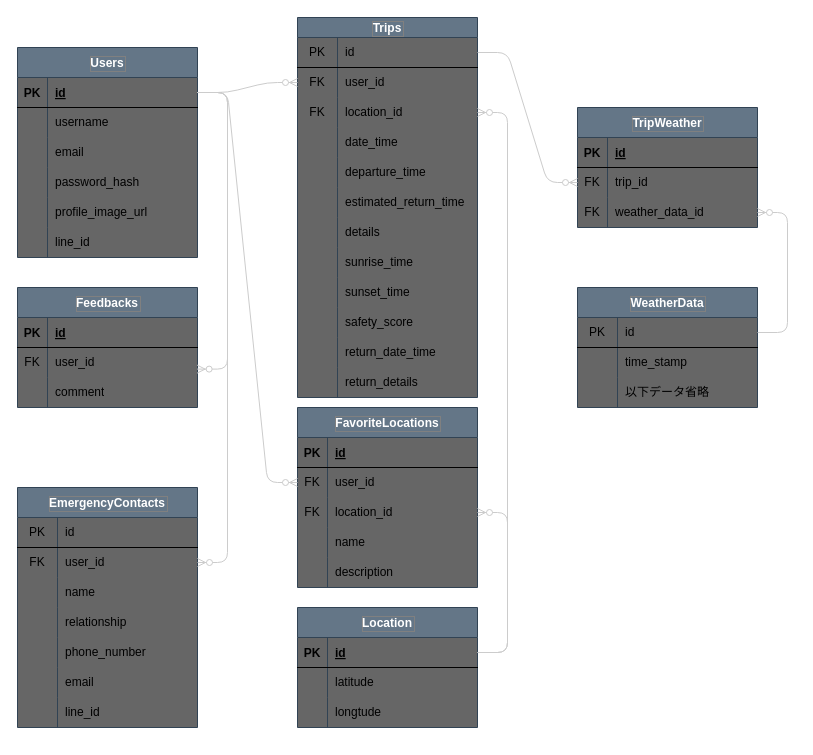
The draw.io diagram 開発設計書/DB/ER.drawio in ragna1123/safety_kayak_fishing_documents, before the edit. Source tidied: cells renumbered, new cells numbered last; positions are measured from the earlier drawing's top-left corner, leaving out a move shared by most shapes. Both pictures are drawn from the tidied source at 100%, with x=0, y=0 at pixel (17, 17).
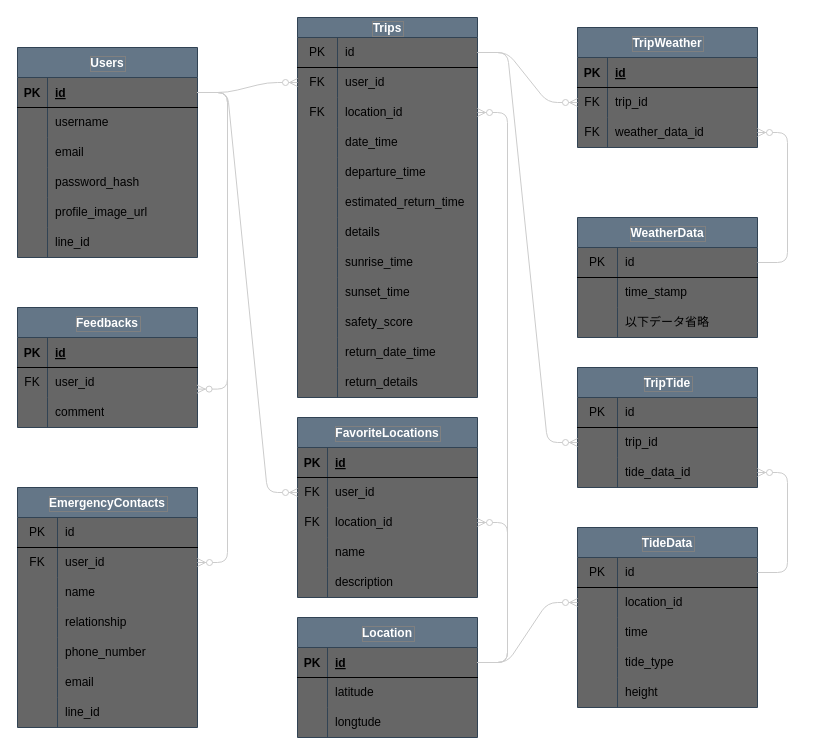
After the change.

The change refers to these unchanged cells:
```xml
<mxCell id="3" style="shape=tableRow;horizontal=0;startSize=0;swimlaneHead=0;swimlaneBody=0;top=0;left=0;bottom=0;right=0;fillColor=none;points=[[0,0.5],[1,0.5]];portConstraint=eastwest;" parent="2" vertex="1">
  <mxGeometry y="20" width="180" height="30" as="geometry" />
</mxCell>
<mxCell id="91" style="shape=tableRow;horizontal=0;startSize=0;swimlaneHead=0;swimlaneBody=0;fillColor=none;points=[[0,0.5],[1,0.5]];portConstraint=eastwest;top=0;left=0;right=0;bottom=1;" parent="90" vertex="1">
  <mxGeometry y="30" width="180" height="30" as="geometry" />
</mxCell>
<mxCell id="105" style="shape=tableRow;horizontal=0;startSize=0;swimlaneHead=0;swimlaneBody=0;top=0;left=0;bottom=0;right=0;fillColor=none;points=[[0,0.5],[1,0.5]];portConstraint=eastwest;" parent="104" vertex="1">
  <mxGeometry y="30" width="180" height="30" as="geometry" />
</mxCell>
<mxCell id="139" style="shape=tableRow;horizontal=0;startSize=0;swimlaneHead=0;swimlaneBody=0;top=0;left=0;bottom=0;right=0;fillColor=none;points=[[0,0.5],[1,0.5]];portConstraint=eastwest;" parent="132" vertex="1">
  <mxGeometry y="90" width="180" height="30" as="geometry" />
</mxCell>
```

The edit, as a diff of the source:
```diff
@@
     <mxCell id="80" value="Feedbacks" style="shape=table;startSize=30;childLayout=tableLayout;rowLines=0;fontStyle=1;align=center;labelBackgroundColor=none;fillColor=#647687;strokeColor=#314354;fontColor=#FFFFFF;swimlaneFillColor=#666666;labelBorderColor=#808080;" parent="1" vertex="1">
-      <mxGeometry y="270" width="180" height="120" as="geometry" />
+      <mxGeometry y="290" width="180" height="120" as="geometry" />
     </mxCell>
@@
     <mxCell id="90" value="Location" style="shape=table;startSize=30;childLayout=tableLayout;rowLines=0;fontStyle=1;align=center;labelBackgroundColor=none;fillColor=#647687;strokeColor=#314354;fontColor=#FFFFFF;swimlaneFillColor=#666666;labelBorderColor=#808080;" parent="1" vertex="1">
-      <mxGeometry x="280" y="590" width="180" height="120" as="geometry" />
+      <mxGeometry x="280" y="600" width="180" height="120" as="geometry" />
     </mxCell>
@@
     <mxCell id="104" value="WeatherData" style="shape=table;startSize=30;childLayout=tableLayout;rowLines=0;fontStyle=1;labelBackgroundColor=none;fillColor=#647687;strokeColor=#314354;fontColor=#FFFFFF;swimlaneFillColor=#666666;labelBorderColor=#808080;" parent="1" vertex="1">
-      <mxGeometry x="560" y="270" width="180" height="120" as="geometry" />
+      <mxGeometry x="560" y="200" width="180" height="120" as="geometry" />
     </mxCell>
@@
     <mxCell id="114" value="FavoriteLocations" style="shape=table;startSize=30;childLayout=tableLayout;rowLines=0;fontStyle=1;align=center;labelBackgroundColor=none;fillColor=#647687;strokeColor=#314354;fontColor=#FFFFFF;swimlaneFillColor=#666666;labelBorderColor=#808080;" parent="1" vertex="1">
-      <mxGeometry x="280" y="390" width="180" height="180" as="geometry" />
+      <mxGeometry x="280" y="400" width="180" height="180" as="geometry" />
     </mxCell>
@@
     <mxCell id="132" value="TripWeather" style="shape=table;startSize=30;childLayout=tableLayout;rowLines=0;fontStyle=1;align=center;labelBackgroundColor=none;fillColor=#647687;strokeColor=#314354;fontColor=#FFFFFF;swimlaneFillColor=#666666;labelBorderColor=#808080;" parent="1" vertex="1">
-      <mxGeometry x="560" y="90" width="180" height="120" as="geometry" />
+      <mxGeometry x="560" y="10" width="180" height="120" as="geometry" />
     </mxCell>
@@
-    <mxCell id="143" style="edgeStyle=entityRelationEdgeStyle;fontSize=12;html=1;endArrow=ERzeroToMany;endFill=1;strokeColor=#CCCCCC;exitX=1;exitY=0.5;exitDx=0;exitDy=0;entryX=1;entryY=0.5;entryDx=0;entryDy=0;" parent="1" edge="1" source="105" target="139">
+    <mxCell id="143" style="edgeStyle=entityRelationEdgeStyle;fontSize=12;html=1;endArrow=ERzeroToMany;endFill=1;strokeColor=#CCCCCC;entryX=1;entryY=0.5;entryDx=0;entryDy=0;exitX=1;exitY=0.5;exitDx=0;exitDy=0;" parent="1" edge="1" source="105" target="139">
       <mxGeometry relative="1" as="geometry" />
     </mxCell>
+    <mxCell id="144" value="TideData" style="shape=table;startSize=30;childLayout=tableLayout;rowLines=0;fontStyle=1;labelBackgroundColor=none;fillColor=#647687;strokeColor=#314354;fontColor=#FFFFFF;swimlaneFillColor=#666666;labelBorderColor=#808080;" parent="1" vertex="1">
+      <mxGeometry x="560" y="510" width="180" height="180" as="geometry" />
+    </mxCell>
+    <mxCell id="145" style="shape=tableRow;horizontal=0;startSize=0;swimlaneHead=0;swimlaneBody=0;top=0;left=0;bottom=0;right=0;fillColor=none;points=[[0,0.5],[1,0.5]];portConstraint=eastwest;" parent="144" vertex="1">
+      <mxGeometry y="30" width="180" height="30" as="geometry" />
+    </mxCell>
+    <mxCell id="146" value="PK" style="shape=partialRectangle;html=1;whiteSpace=wrap;fillColor=none;top=0;left=0;bottom=1;right=0;overflow=hidden;" parent="145" vertex="1">
+      <mxGeometry width="40" height="30" as="geometry" />
+    </mxCell>
+    <mxCell id="147" value="id" style="shape=partialRectangle;html=1;whiteSpace=wrap;fillColor=none;top=0;left=0;bottom=1;right=0;align=left;spacingLeft=6;overflow=hidden;" parent="145" vertex="1">
+      <mxGeometry x="40" width="140" height="30" as="geometry" />
+    </mxCell>
+    <mxCell id="148" style="shape=tableRow;horizontal=0;startSize=0;swimlaneHead=0;swimlaneBody=0;top=0;left=0;bottom=0;right=0;fillColor=none;points=[[0,0.5],[1,0.5]];portConstraint=eastwest;" parent="144" vertex="1">
+      <mxGeometry y="60" width="180" height="30" as="geometry" />
+    </mxCell>
+    <mxCell id="149" style="shape=partialRectangle;html=1;whiteSpace=wrap;fillColor=none;top=0;left=0;bottom=0;right=0;overflow=hidden;" parent="148" vertex="1">
+      <mxGeometry width="40" height="30" as="geometry" />
+    </mxCell>
+    <mxCell id="150" value="location_id" style="shape=partialRectangle;html=1;whiteSpace=wrap;fillColor=none;top=0;left=0;bottom=0;right=0;align=left;spacingLeft=6;overflow=hidden;" parent="148" vertex="1">
+      <mxGeometry x="40" width="140" height="30" as="geometry" />
+    </mxCell>
+    <mxCell id="151" style="shape=tableRow;horizontal=0;startSize=0;swimlaneHead=0;swimlaneBody=0;top=0;left=0;bottom=0;right=0;fillColor=none;" parent="144" vertex="1">
+      <mxGeometry y="90" width="180" height="30" as="geometry" />
+    </mxCell>
+    <mxCell id="152" style="shape=partialRectangle;html=1;whiteSpace=wrap;fillColor=none;top=0;left=0;bottom=0;right=0;overflow=hidden;" parent="151" vertex="1">
+      <mxGeometry width="40" height="30" as="geometry" />
+    </mxCell>
+    <mxCell id="153" value="time" style="shape=partialRectangle;html=1;whiteSpace=wrap;fillColor=none;top=0;left=0;bottom=0;right=0;align=left;spacingLeft=6;overflow=hidden;" parent="151" vertex="1">
+      <mxGeometry x="40" width="140" height="30" as="geometry" />
+    </mxCell>
+    <mxCell id="154" style="shape=tableRow;horizontal=0;startSize=0;swimlaneHead=0;swimlaneBody=0;top=0;left=0;bottom=0;right=0;fillColor=none;" parent="144" vertex="1">
+      <mxGeometry y="120" width="180" height="30" as="geometry" />
+    </mxCell>
+    <mxCell id="155" style="shape=partialRectangle;html=1;whiteSpace=wrap;fillColor=none;top=0;left=0;bottom=0;right=0;overflow=hidden;" parent="154" vertex="1">
+      <mxGeometry width="40" height="30" as="geometry" />
+    </mxCell>
+    <mxCell id="156" value="tide_type" style="shape=partialRectangle;html=1;whiteSpace=wrap;fillColor=none;top=0;left=0;bottom=0;right=0;align=left;spacingLeft=6;overflow=hidden;" parent="154" vertex="1">
+      <mxGeometry x="40" width="140" height="30" as="geometry" />
+    </mxCell>
+    <mxCell id="157" style="shape=tableRow;horizontal=0;startSize=0;swimlaneHead=0;swimlaneBody=0;top=0;left=0;bottom=0;right=0;fillColor=none;" parent="144" vertex="1">
+      <mxGeometry y="150" width="180" height="30" as="geometry" />
+    </mxCell>
+    <mxCell id="158" style="shape=partialRectangle;html=1;whiteSpace=wrap;fillColor=none;top=0;left=0;bottom=0;right=0;overflow=hidden;" parent="157" vertex="1">
+      <mxGeometry width="40" height="30" as="geometry" />
+    </mxCell>
+    <mxCell id="159" value="height" style="shape=partialRectangle;html=1;whiteSpace=wrap;fillColor=none;top=0;left=0;bottom=0;right=0;align=left;spacingLeft=6;overflow=hidden;" parent="157" vertex="1">
+      <mxGeometry x="40" width="140" height="30" as="geometry" />
+    </mxCell>
+    <mxCell id="160" value="TripTide" style="shape=table;startSize=30;childLayout=tableLayout;rowLines=0;fontStyle=1;labelBackgroundColor=none;fillColor=#647687;strokeColor=#314354;fontColor=#FFFFFF;swimlaneFillColor=#666666;labelBorderColor=#808080;" parent="1" vertex="1">
+      <mxGeometry x="560" y="350" width="180" height="120" as="geometry" />
+    </mxCell>
+    <mxCell id="161" style="shape=tableRow;horizontal=0;startSize=0;swimlaneHead=0;swimlaneBody=0;top=0;left=0;bottom=0;right=0;fillColor=none;" parent="160" vertex="1">
+      <mxGeometry y="30" width="180" height="30" as="geometry" />
+    </mxCell>
+    <mxCell id="162" value="PK" style="shape=partialRectangle;html=1;whiteSpace=wrap;fillColor=none;top=0;left=0;bottom=1;right=0;overflow=hidden;" parent="161" vertex="1">
+      <mxGeometry width="40" height="30" as="geometry" />
+    </mxCell>
+    <mxCell id="163" value="id" style="shape=partialRectangle;html=1;whiteSpace=wrap;fillColor=none;top=0;left=0;bottom=1;right=0;align=left;spacingLeft=6;overflow=hidden;" parent="161" vertex="1">
+      <mxGeometry x="40" width="140" height="30" as="geometry" />
+    </mxCell>
+    <mxCell id="164" style="shape=tableRow;horizontal=0;startSize=0;swimlaneHead=0;swimlaneBody=0;top=0;left=0;bottom=0;right=0;fillColor=none;points=[[0,0.5],[1,0.5]];portConstraint=eastwest;" parent="160" vertex="1">
+      <mxGeometry y="60" width="180" height="30" as="geometry" />
+    </mxCell>
+    <mxCell id="165" style="shape=partialRectangle;html=1;whiteSpace=wrap;fillColor=none;top=0;left=0;bottom=0;right=0;overflow=hidden;" parent="164" vertex="1">
+      <mxGeometry width="40" height="30" as="geometry" />
+    </mxCell>
+    <mxCell id="166" value="trip_id" style="shape=partialRectangle;html=1;whiteSpace=wrap;fillColor=none;top=0;left=0;bottom=0;right=0;align=left;spacingLeft=6;overflow=hidden;" parent="164" vertex="1">
+      <mxGeometry x="40" width="140" height="30" as="geometry" />
+    </mxCell>
+    <mxCell id="167" style="shape=tableRow;horizontal=0;startSize=0;swimlaneHead=0;swimlaneBody=0;top=0;left=0;bottom=0;right=0;fillColor=none;points=[[0,0.5],[1,0.5]];portConstraint=eastwest;" parent="160" vertex="1">
+      <mxGeometry y="90" width="180" height="30" as="geometry" />
+    </mxCell>
+    <mxCell id="168" style="shape=partialRectangle;html=1;whiteSpace=wrap;fillColor=none;top=0;left=0;bottom=0;right=0;overflow=hidden;" parent="167" vertex="1">
+      <mxGeometry width="40" height="30" as="geometry" />
+    </mxCell>
+    <mxCell id="169" value="tide_data_id" style="shape=partialRectangle;html=1;whiteSpace=wrap;fillColor=none;top=0;left=0;bottom=0;right=0;align=left;spacingLeft=6;overflow=hidden;" parent="167" vertex="1">
+      <mxGeometry x="40" width="140" height="30" as="geometry" />
+    </mxCell>
+    <mxCell id="170" style="edgeStyle=entityRelationEdgeStyle;fontSize=12;html=1;endArrow=ERzeroToMany;endFill=1;strokeColor=#CCCCCC;entryX=0;entryY=0.5;entryDx=0;entryDy=0;" parent="1" edge="1" source="91" target="148">
+      <mxGeometry relative="1" as="geometry" />
+    </mxCell>
+    <mxCell id="171" style="edgeStyle=entityRelationEdgeStyle;fontSize=12;html=1;endArrow=ERzeroToMany;endFill=1;strokeColor=#CCCCCC;exitX=1;exitY=0.5;exitDx=0;exitDy=0;" parent="1" edge="1" source="145" target="167">
+      <mxGeometry relative="1" as="geometry" />
+    </mxCell>
+    <mxCell id="172" style="edgeStyle=entityRelationEdgeStyle;fontSize=12;html=1;endArrow=ERzeroToMany;endFill=1;exitX=1;exitY=0.5;exitDx=0;exitDy=0;strokeColor=#CCCCCC;entryX=0;entryY=0.5;entryDx=0;entryDy=0;" parent="1" edge="1" source="3" target="164">
+      <mxGeometry relative="1" as="geometry" />
+    </mxCell>
```
